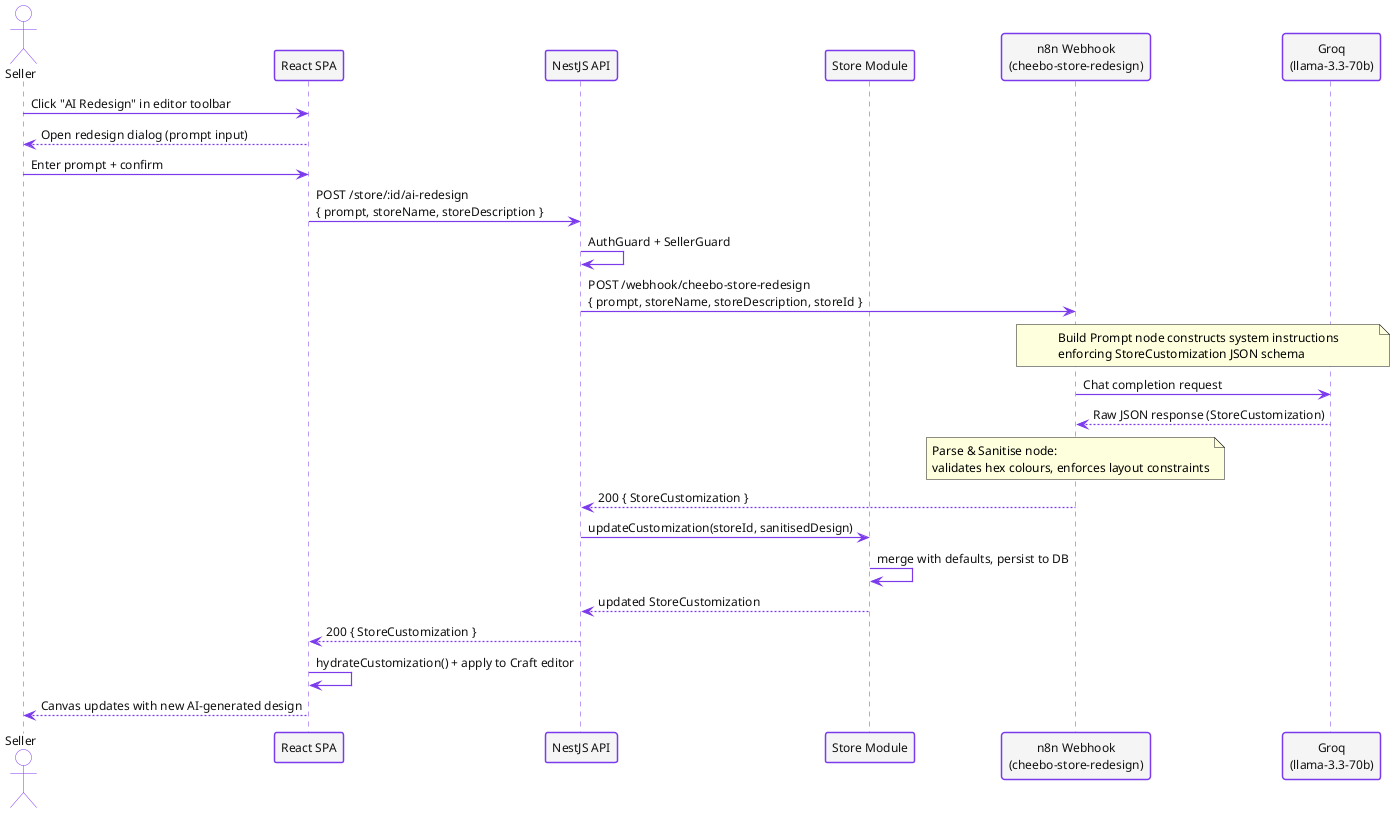
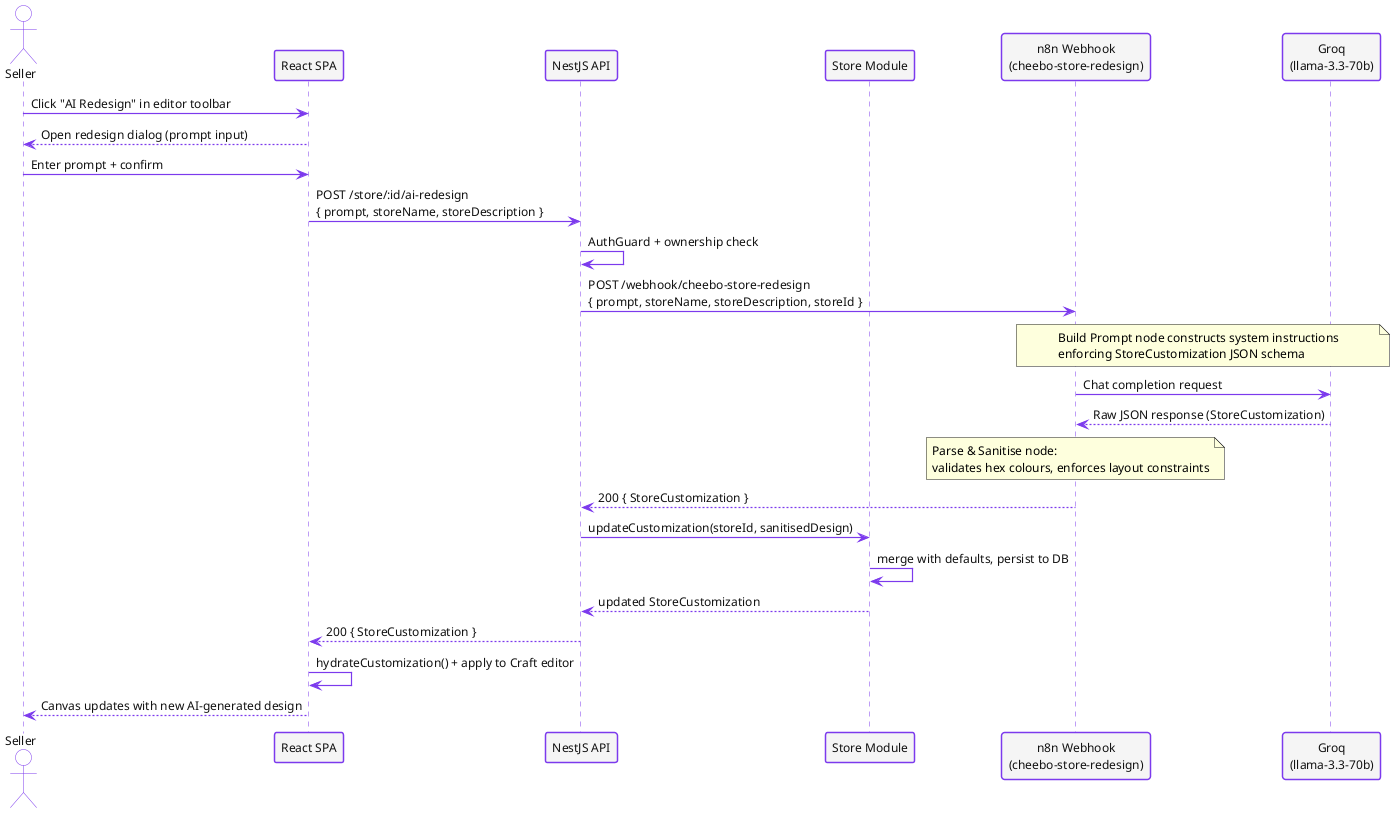
@startuml seq-ai-redesign

skinparam defaultFontName Helvetica
skinparam defaultFontSize 12
skinparam backgroundColor #FFFFFF
skinparam sequenceArrowThickness 1.2
skinparam sequenceParticipantBorderThickness 1.5

skinparam sequence {
  ActorBackgroundColor       #FFFFFF
  ActorBorderColor           #7C3AED
  ActorFontColor             #111111
  ParticipantBackgroundColor #F5F5F5
  ParticipantBorderColor     #7C3AED
  ParticipantFontColor       #111111
  LifeLineBorderColor        #7C3AED
  ArrowColor                 #7C3AED
  ArrowFontColor             #111111
  GroupBackgroundColor       #EDE9FE
  GroupBorderColor           #7C3AED
  NoteBackgroundColor        #EDE9FE
  NoteBorderColor            #7C3AED
}

actor       "Seller"                              as S
participant "React SPA"                           as FE
participant "NestJS API"                          as BE
participant "Store Module"                        as SM
participant "n8n Webhook\n(cheebo-store-redesign)" as N8N
participant "Groq\n(llama-3.3-70b)"               as LLM

S  -> FE : Click "AI Redesign" in editor toolbar
FE --> S : Open redesign dialog (prompt input)
S  -> FE : Enter prompt + confirm
FE -> BE : POST /store/:id/ai-redesign\n{ prompt, storeName, storeDescription }
- BE -> BE : AuthGuard + SellerGuard
+ BE -> BE : AuthGuard + ownership check
BE -> N8N : POST /webhook/cheebo-store-redesign\n{ prompt, storeName, storeDescription, storeId }

note over N8N, LLM
  Build Prompt node constructs system instructions
  enforcing StoreCustomization JSON schema
end note
N8N -> LLM : Chat completion request
LLM --> N8N : Raw JSON response (StoreCustomization)

note over N8N
  Parse & Sanitise node:
  validates hex colours, enforces layout constraints
end note
N8N --> BE : 200 { StoreCustomization }

BE -> SM : updateCustomization(storeId, sanitisedDesign)
SM -> SM : merge with defaults, persist to DB
SM --> BE : updated StoreCustomization
BE --> FE : 200 { StoreCustomization }
FE -> FE : hydrateCustomization() + apply to Craft editor
FE --> S : Canvas updates with new AI-generated design

@enduml
